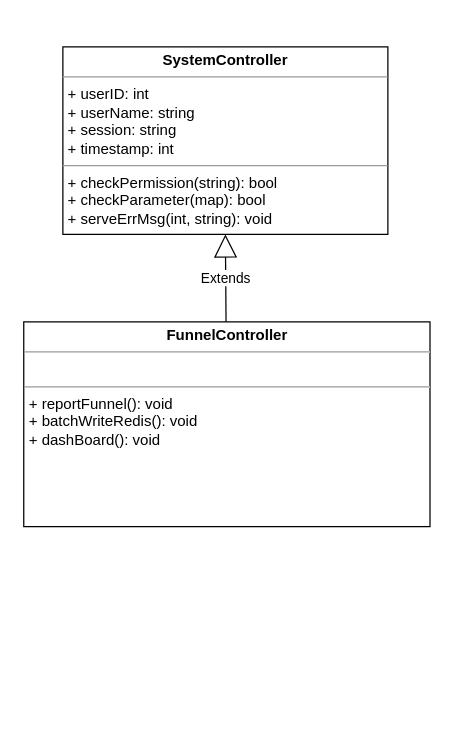
This is 5-14.drawio from Hope-of-countryside/learnGit, a draw.io file, before an edit. Source tidied: cells renumbered, new cells numbered last; positions are measured from the earlier drawing's top-left corner, leaving out a move shared by most shapes. Both pictures are drawn from the tidied source at 125%, with x=0, y=0 at pixel (22, 46).
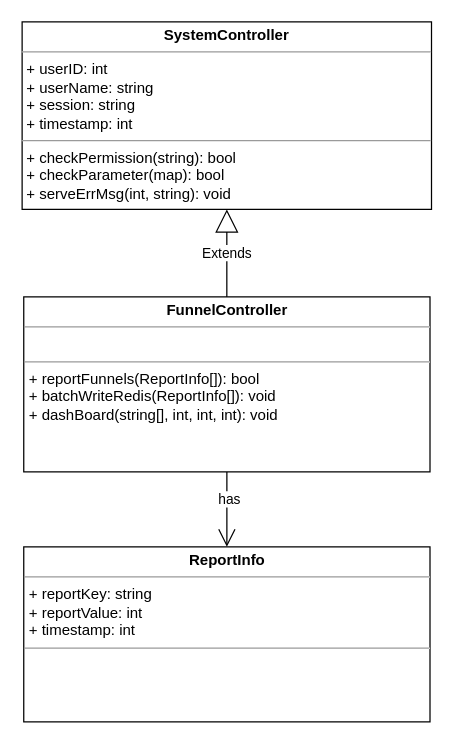
The same diagram, later.

Change to the diagram source:
```diff
@@
 <mxGraphModel>
   <root>
     <mxCell id="0" />
     <mxCell id="1" parent="0" />
-    <mxCell id="2" value="&lt;p style=&quot;margin: 0px ; margin-top: 4px ; text-align: center&quot;&gt;&lt;b&gt;FunnelController&lt;/b&gt;&lt;/p&gt;&lt;hr size=&quot;1&quot;&gt;&lt;p style=&quot;margin: 0px ; margin-left: 4px&quot;&gt;&lt;br&gt;&lt;/p&gt;&lt;hr size=&quot;1&quot;&gt;&lt;p style=&quot;margin: 0px 0px 0px 4px&quot;&gt;+ reportFunnel(): void&lt;br&gt;&lt;/p&gt;&lt;p style=&quot;margin: 0px 0px 0px 4px&quot;&gt;+ batchWriteRedis(): void&lt;/p&gt;&lt;p style=&quot;margin: 0px 0px 0px 4px&quot;&gt;+ dashBoard(): void&lt;/p&gt;" style="verticalAlign=top;align=left;overflow=fill;fontSize=12;fontFamily=Helvetica;html=1;" parent="1" vertex="1">
-      <mxGeometry x="0.5" y="220" width="325" height="163.8" as="geometry" />
+    <mxCell id="2" value="&lt;p style=&quot;margin: 0px ; margin-top: 4px ; text-align: center&quot;&gt;&lt;b&gt;FunnelController&lt;/b&gt;&lt;/p&gt;&lt;hr size=&quot;1&quot;&gt;&lt;p style=&quot;margin: 0px ; margin-left: 4px&quot;&gt;&lt;br&gt;&lt;/p&gt;&lt;hr size=&quot;1&quot;&gt;&lt;p style=&quot;margin: 0px 0px 0px 4px&quot;&gt;+ reportFunnels(ReportInfo[]): bool&lt;br&gt;&lt;/p&gt;&lt;p style=&quot;margin: 0px 0px 0px 4px&quot;&gt;+ batchWriteRedis(ReportInfo[]): void&lt;/p&gt;&lt;p style=&quot;margin: 0px 0px 0px 4px&quot;&gt;+ dashBoard(string[], int, int, int): void&lt;/p&gt;" style="verticalAlign=top;align=left;overflow=fill;fontSize=12;fontFamily=Helvetica;html=1;" parent="1" vertex="1">
+      <mxGeometry x="0.5" y="200" width="325" height="140" as="geometry" />
     </mxCell>
     <mxCell id="3" value="&lt;p style=&quot;margin: 0px ; margin-top: 4px ; text-align: center&quot;&gt;&lt;b&gt;SystemController&lt;/b&gt;&lt;/p&gt;&lt;hr size=&quot;1&quot;&gt;&lt;p style=&quot;margin: 0px ; margin-left: 4px&quot;&gt;+ userID: int&lt;/p&gt;&lt;p style=&quot;margin: 0px ; margin-left: 4px&quot;&gt;+ userName: string&lt;/p&gt;&lt;p style=&quot;margin: 0px ; margin-left: 4px&quot;&gt;+ session: string&lt;/p&gt;&lt;p style=&quot;margin: 0px ; margin-left: 4px&quot;&gt;+ timestamp: int&lt;br&gt;&lt;/p&gt;&lt;hr size=&quot;1&quot;&gt;&lt;p style=&quot;margin: 0px ; margin-left: 4px&quot;&gt;+ checkPermission(string): bool&lt;/p&gt;&lt;p style=&quot;margin: 0px ; margin-left: 4px&quot;&gt;+ checkParameter(map): bool&lt;/p&gt;&lt;p style=&quot;margin: 0px ; margin-left: 4px&quot;&gt;+ serveErrMsg(int, string): void&lt;/p&gt;" style="verticalAlign=top;align=left;overflow=fill;fontSize=12;fontFamily=Helvetica;html=1;" parent="1" vertex="1">
-      <mxGeometry x="31.8" width="260" height="150" as="geometry" />
+      <mxGeometry x="-0.8" y="-20" width="327.5" height="150" as="geometry" />
     </mxCell>
     <mxCell id="4" value="Extends" style="endArrow=block;endSize=16;endFill=0;html=1;entryX=0.5;entryY=1;entryDx=0;entryDy=0;" parent="1" edge="1" source="2" target="3">
       <mxGeometry relative="1" as="geometry" />
     </mxCell>
+    <mxCell id="5" value="&lt;p style=&quot;margin: 0px ; margin-top: 4px ; text-align: center&quot;&gt;&lt;b&gt;ReportInfo&lt;/b&gt;&lt;/p&gt;&lt;hr size=&quot;1&quot;&gt;&lt;p style=&quot;margin: 0px ; margin-left: 4px&quot;&gt;+ reportKey: string&lt;/p&gt;&lt;p style=&quot;margin: 0px ; margin-left: 4px&quot;&gt;+ reportValue: int&lt;/p&gt;&lt;p style=&quot;margin: 0px ; margin-left: 4px&quot;&gt;+ timestamp: int&lt;/p&gt;&lt;hr size=&quot;1&quot;&gt;&lt;p style=&quot;margin: 0px 0px 0px 4px&quot;&gt;&lt;br&gt;&lt;/p&gt;" style="verticalAlign=top;align=left;overflow=fill;fontSize=12;fontFamily=Helvetica;html=1;" parent="1" vertex="1">
+      <mxGeometry x="0.5" y="400" width="325" height="140" as="geometry" />
+    </mxCell>
+    <mxCell id="6" style="endArrow=open;endFill=1;endSize=12;html=1;rounded=0;exitX=0.5;exitY=1;exitDx=0;exitDy=0;entryX=0.5;entryY=0;entryDx=0;entryDy=0;" parent="1" edge="1" source="2" target="5">
+      <mxGeometry relative="1" as="geometry" />
+    </mxCell>
+    <mxCell id="7" value="has" style="edgeLabel;html=1;align=center;verticalAlign=middle;" parent="6" vertex="1">
+      <mxGeometry x="-0.29" y="1" relative="1" as="geometry" />
+    </mxCell>
   </root>
 </mxGraphModel>
```
